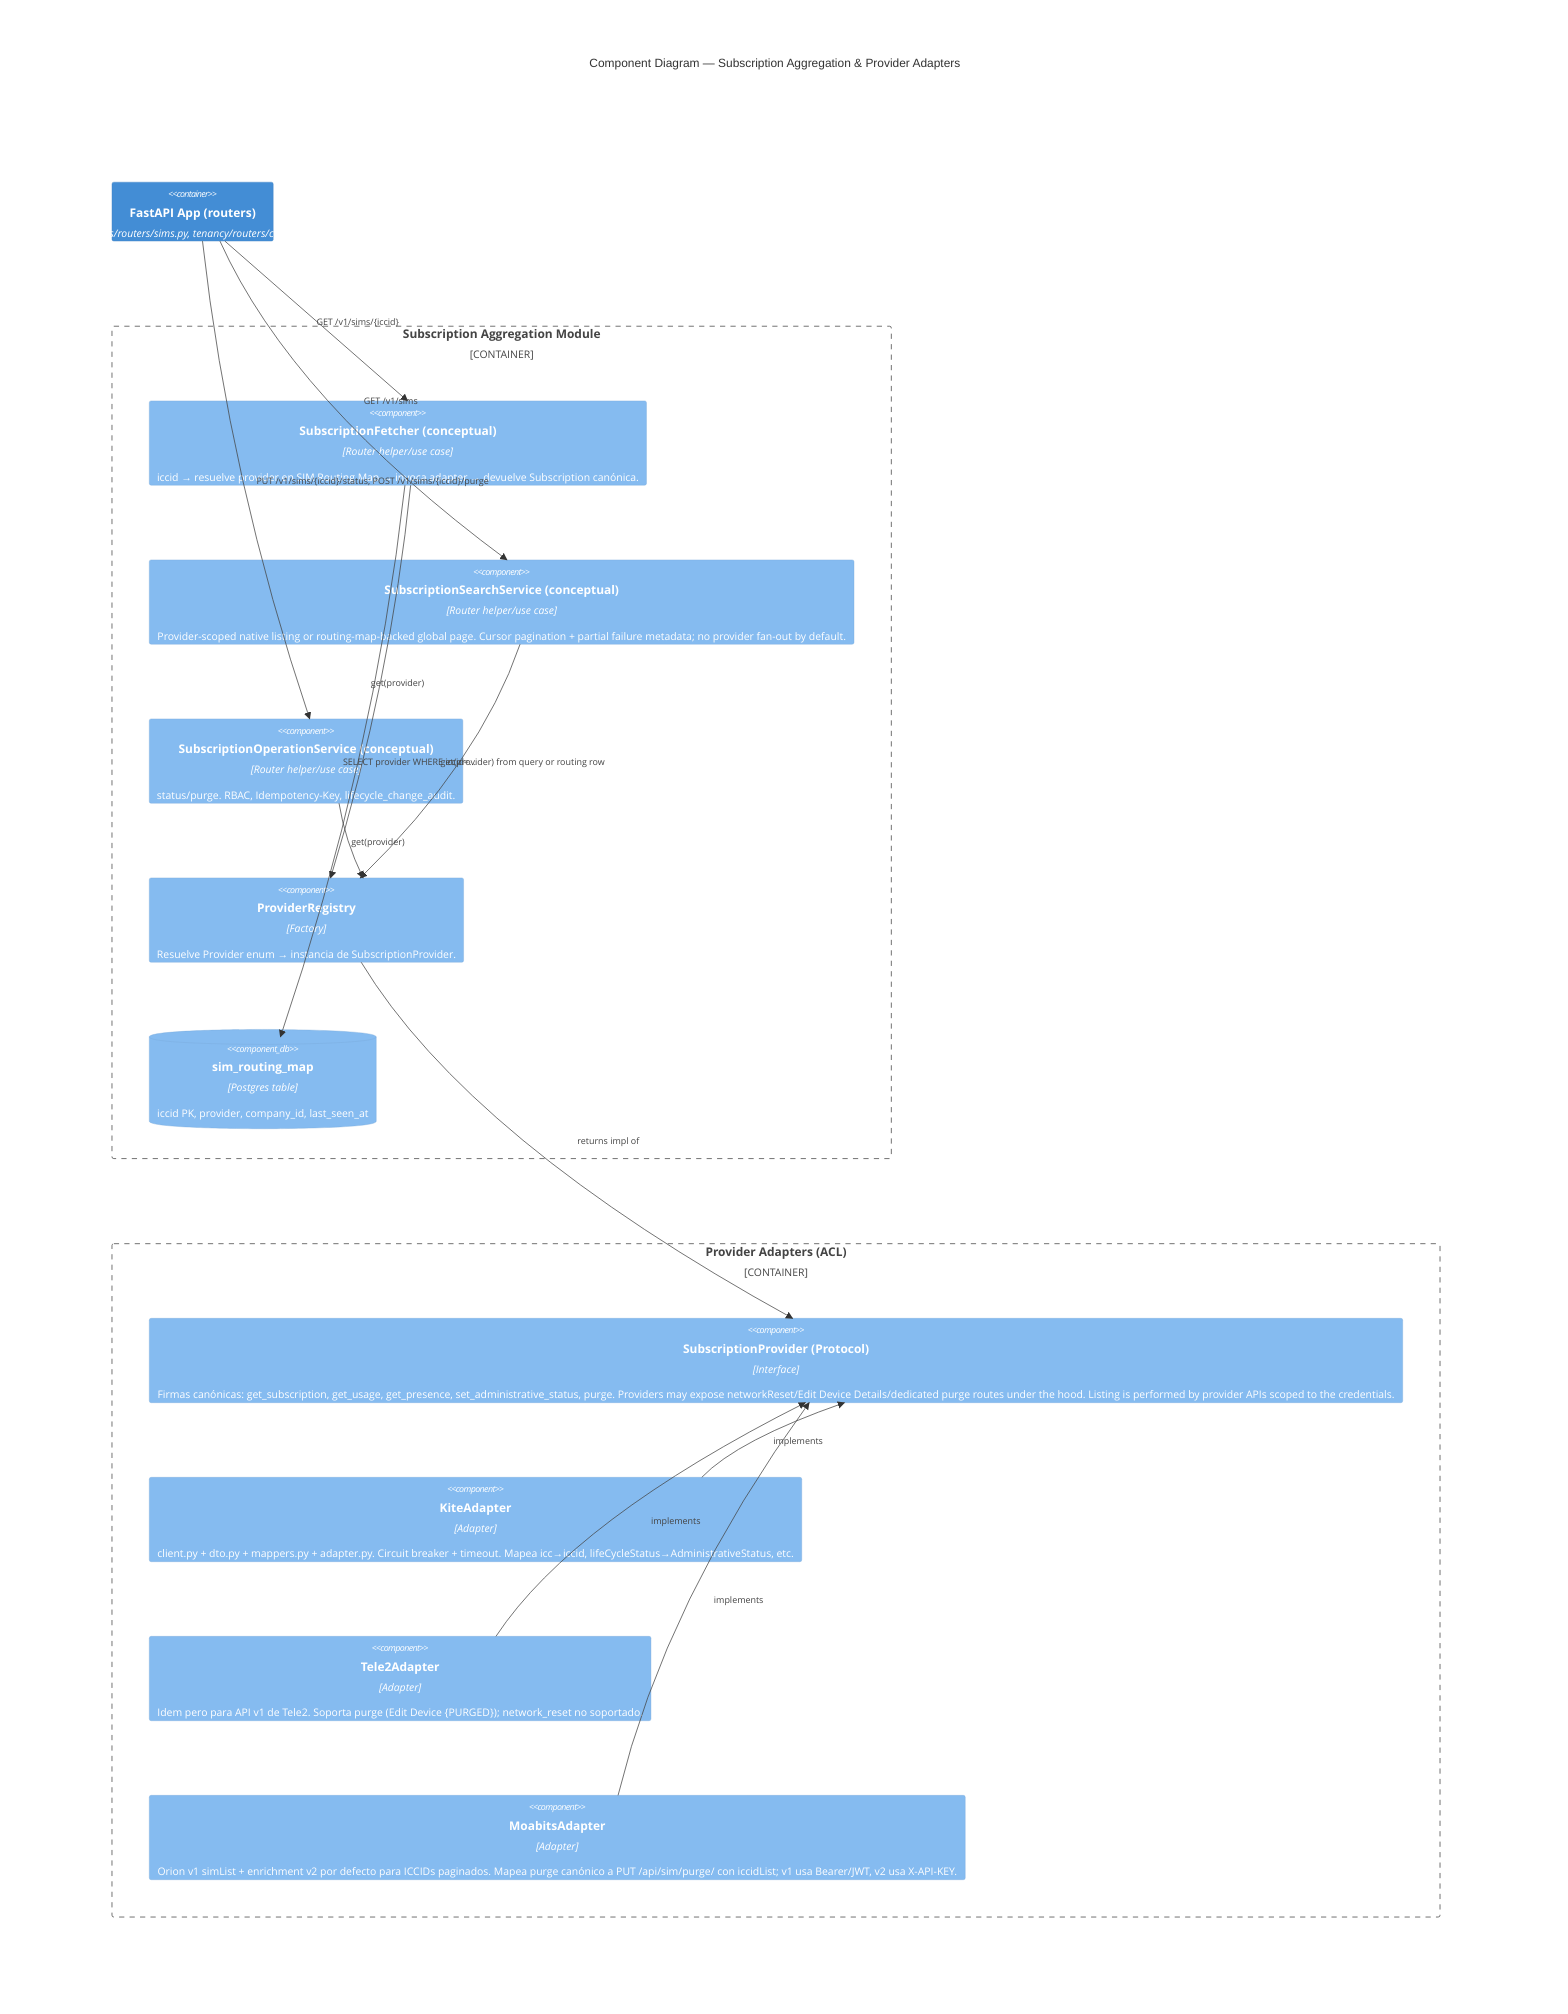
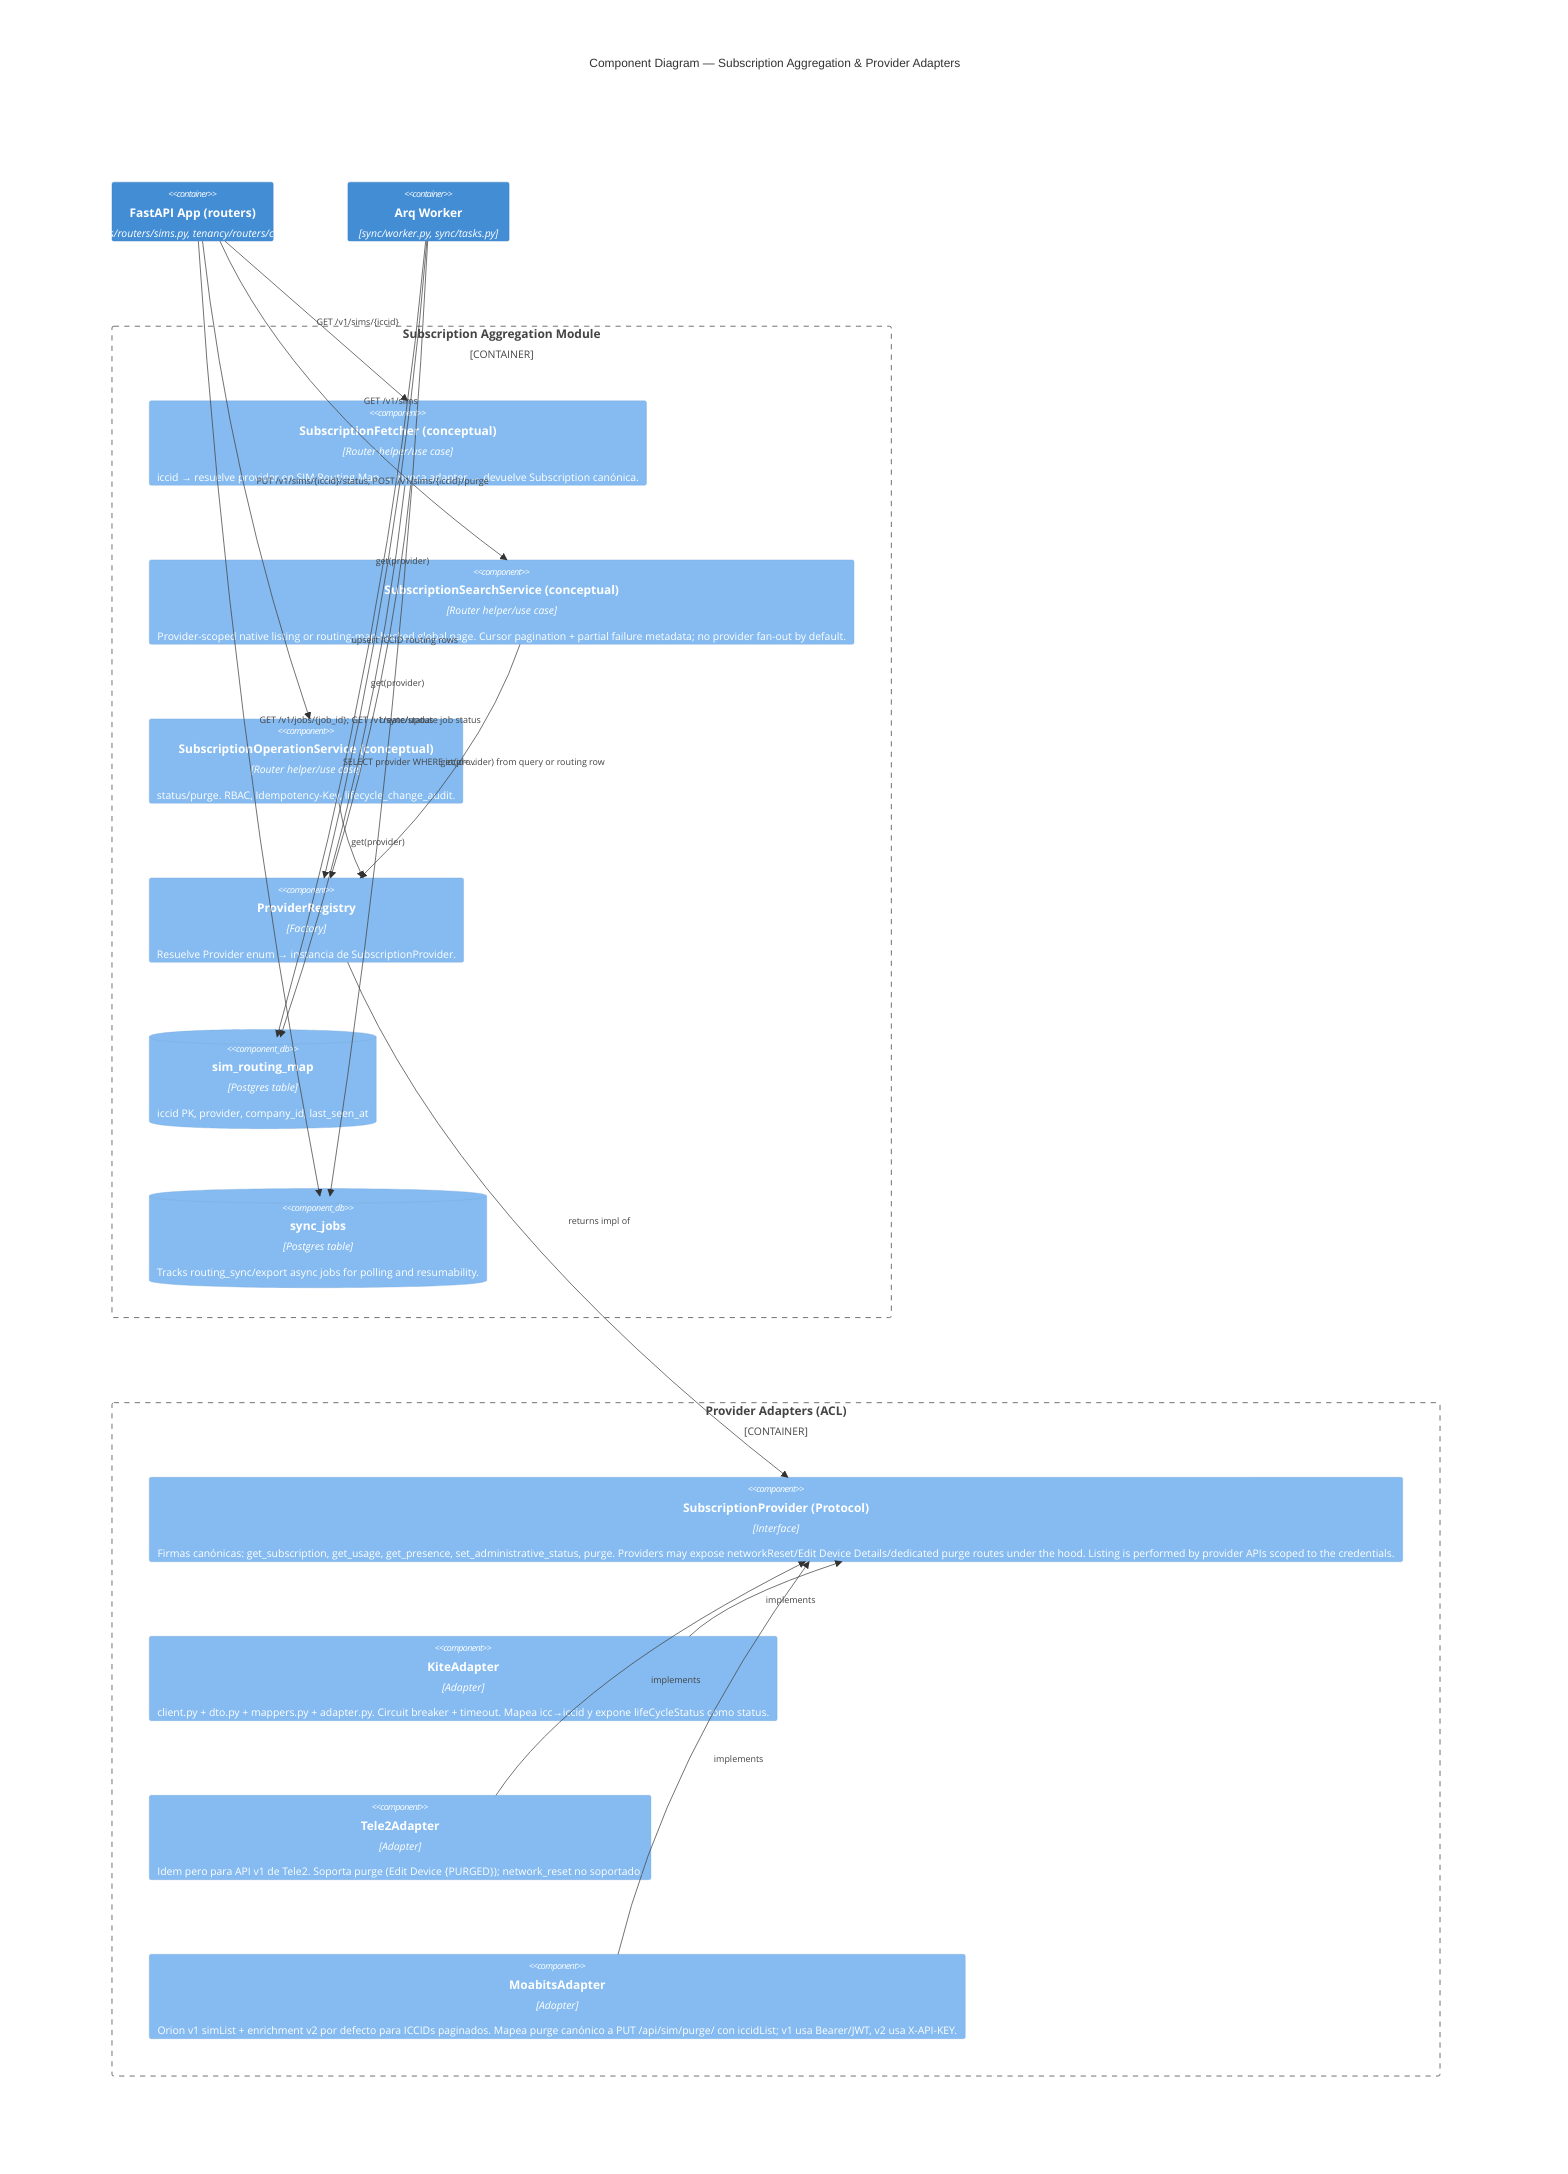
%% C4 Level 3 — Component diagram for "Subscription Aggregation Module" + "Provider Adapters"
%% Inside-the-box view of the two containers that hold the new code. Max 10-12 elements.

C4Component
  title Component Diagram — Subscription Aggregation & Provider Adapters

  Container(api_app, "FastAPI App (routers)", "subscriptions/routers/sims.py, tenancy/routers/credentials.py")
+   Container(worker, "Arq Worker", "sync/worker.py, sync/tasks.py")

  Container_Boundary(agg, "Subscription Aggregation Module") {
    Component(fetcher, "SubscriptionFetcher (conceptual)", "Router helper/use case", "iccid → resuelve provider en SIM Routing Map → invoca adapter → devuelve Subscription canónica.")
    Component(search, "SubscriptionSearchService (conceptual)", "Router helper/use case", "Provider-scoped native listing or routing-map-backed global page. Cursor pagination + partial failure metadata; no provider fan-out by default.")
    Component(ops, "SubscriptionOperationService (conceptual)", "Router helper/use case", "status/purge. RBAC, Idempotency-Key, lifecycle_change_audit.")
    Component(registry, "ProviderRegistry", "Factory", "Resuelve Provider enum → instancia de SubscriptionProvider.")
    ComponentDb(routing, "sim_routing_map", "Postgres table", "iccid PK, provider, company_id, last_seen_at")
+     ComponentDb(jobs, "sync_jobs", "Postgres table", "Tracks routing_sync/export async jobs for polling and resumability.")
  }

  Container_Boundary(adapters, "Provider Adapters (ACL)") {
    Component(base, "SubscriptionProvider (Protocol)", "Interface", "Firmas canónicas: get_subscription, get_usage, get_presence, set_administrative_status, purge. Providers may expose networkReset/Edit Device Details/dedicated purge routes under the hood. Listing is performed by provider APIs scoped to the credentials.")
-     Component(kite_a, "KiteAdapter", "Adapter", "client.py + dto.py + mappers.py + adapter.py. Circuit breaker + timeout. Mapea icc→iccid, lifeCycleStatus→AdministrativeStatus, etc.")
+     Component(kite_a, "KiteAdapter", "Adapter", "client.py + dto.py + mappers.py + adapter.py. Circuit breaker + timeout. Mapea icc→iccid y expone lifeCycleStatus como status.")
    Component(tele2_a, "Tele2Adapter", "Adapter", "Idem pero para API v1 de Tele2. Soporta purge (Edit Device {PURGED}); network_reset no soportado.")
    Component(moabits_a, "MoabitsAdapter", "Adapter", "Orion v1 simList + enrichment v2 por defecto para ICCIDs paginados. Mapea purge canónico a PUT /api/sim/purge/ con iccidList; v1 usa Bearer/JWT, v2 usa X-API-KEY.")
  }

  Rel(api_app, fetcher, "GET /v1/sims/{iccid}")
  Rel(api_app, search, "GET /v1/sims")
  Rel(api_app, ops, "PUT /v1/sims/{iccid}/status; POST /v1/sims/{iccid}/purge")
+   Rel(api_app, jobs, "GET /v1/jobs/{job_id}; GET /v1/sync/status")
+   Rel(worker, jobs, "create/update job status")
+   Rel(worker, routing, "upsert ICCID routing rows")
+   Rel(worker, registry, "get(provider)")

  Rel(fetcher, routing, "SELECT provider WHERE iccid=…")
  Rel(fetcher, registry, "get(provider)")
  Rel(search, registry, "get(provider) from query or routing row")
  Rel(ops, registry, "get(provider)")

  Rel(registry, base, "returns impl of")
  Rel(kite_a, base, "implements")
  Rel(tele2_a, base, "implements")
  Rel(moabits_a, base, "implements")

  UpdateLayoutConfig($c4ShapeInRow="3", $c4BoundaryInRow="1")
